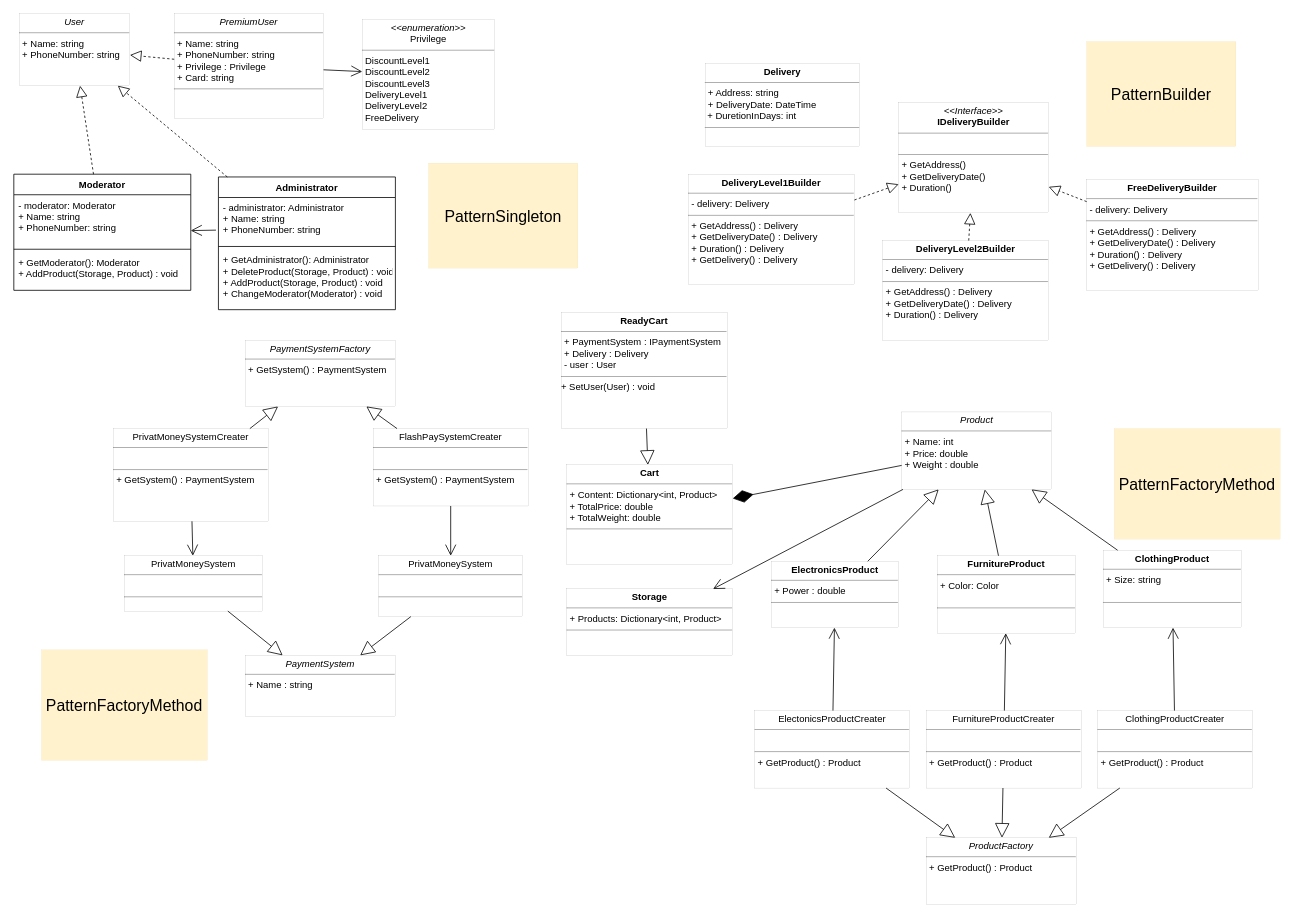
The draw.io diagram Homework_11_Билюк_Костянтин_Андрійович/diag.drawio in kostatuno/.NET_SIGMA_Homework_Kostya_Byliuk, before the edit. Source tidied: cells renumbered, new cells numbered last; positions are measured from the earlier drawing's top-left corner, leaving out a move shared by most shapes. Both pictures are drawn from the tidied source at 79%, with x=0, y=0 at pixel (13, 13).
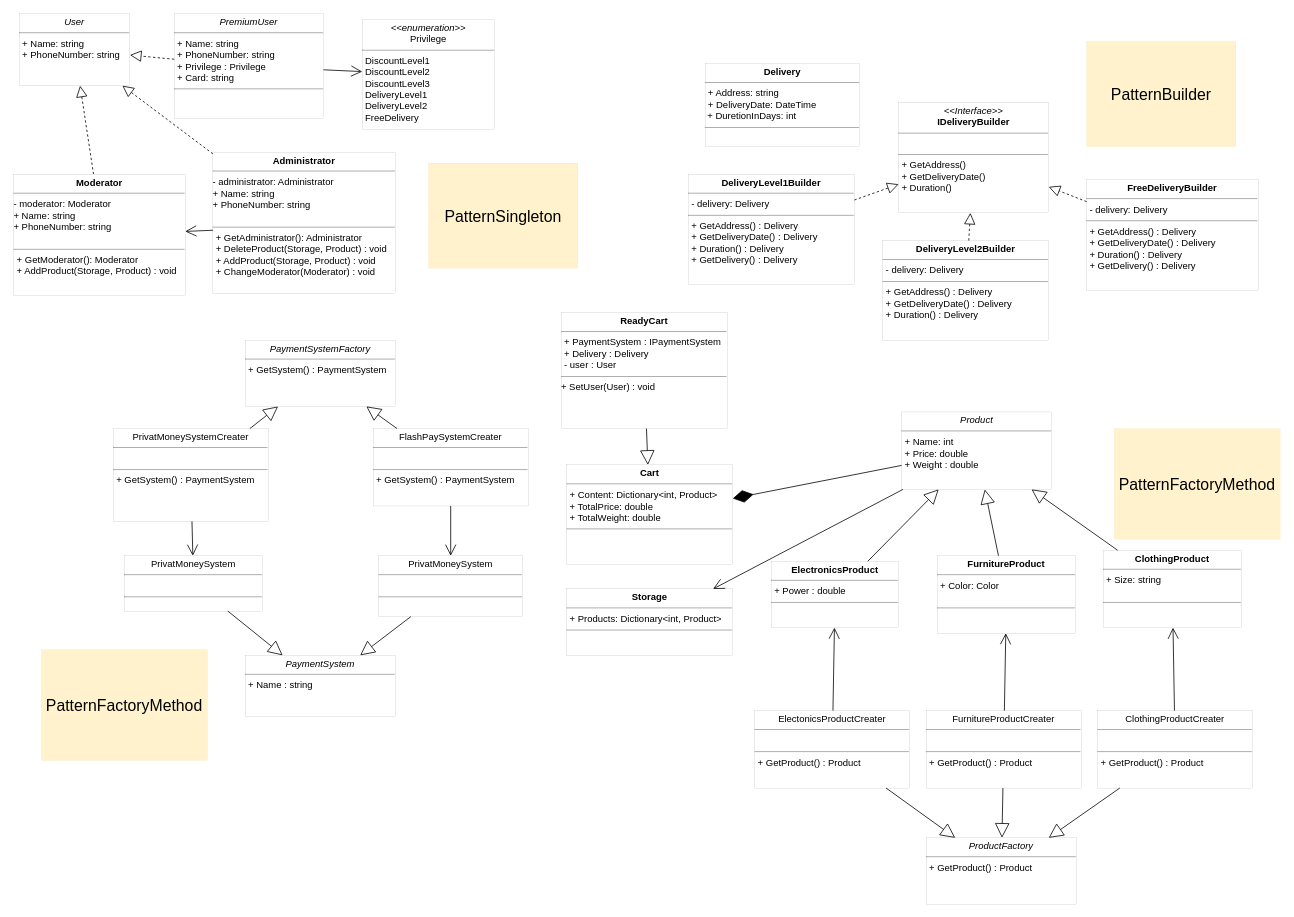
The same diagram, later.

The change refers to these unchanged cells:
```xml
<mxCell id="11" value="&lt;p style=&quot;margin:0px;margin-top:4px;text-align:center;&quot;&gt;&lt;i&gt;User&lt;/i&gt;&lt;br&gt;&lt;/p&gt;&lt;hr size=&quot;1&quot;&gt;&lt;p style=&quot;margin:0px;margin-left:4px;&quot;&gt;+ Name: string&lt;/p&gt;&lt;p style=&quot;margin:0px;margin-left:4px;&quot;&gt;+ PhoneNumber: string&lt;/p&gt;&lt;p style=&quot;margin:0px;margin-left:4px;&quot;&gt;&lt;br&gt;&lt;/p&gt;" style="verticalAlign=top;align=left;overflow=fill;fontSize=12;fontFamily=Helvetica;html=1;strokeWidth=0;" parent="1" vertex="1">
  <mxGeometry x="7" width="140" height="91" as="geometry" />
</mxCell>
```

The edit, as a diff of the source:
```diff
@@
-    <mxCell id="2" value="Administrator" style="swimlane;fontStyle=1;align=center;verticalAlign=top;horizontal=1;startSize=26;" parent="1" vertex="1">
-      <mxGeometry x="259" y="206.5" width="224" height="168" as="geometry" />
-    </mxCell>
-    <mxCell id="3" value="- administrator: Administrator&#10;+ Name: string&#10;+ PhoneNumber: string&#10;" style="text;strokeColor=none;fillColor=none;align=left;verticalAlign=top;spacingLeft=4;spacingRight=4;overflow=hidden;points=[[0,0.5],[1,0.5]];portConstraint=eastwest;" parent="2" vertex="1">
-      <mxGeometry y="26" width="224" height="58" as="geometry" />
-    </mxCell>
-    <mxCell id="4" style="line;strokeWidth=1;fillColor=none;align=left;verticalAlign=middle;spacingTop=-1;spacingLeft=3;spacingRight=3;labelPosition=right;strokeColor=inherit;" parent="2" vertex="1">
-      <mxGeometry y="84" width="224" height="8" as="geometry" />
-    </mxCell>
-    <mxCell id="5" value="+ GetAdministrator(): Administrator&#10;+ DeleteProduct(Storage, Product) : void&#10;+ AddProduct(Storage, Product) : void&#10;+ ChangeModerator(Moderator) : void" style="text;strokeColor=none;fillColor=none;align=left;verticalAlign=top;spacingLeft=4;spacingRight=4;overflow=hidden;" parent="2" vertex="1">
-      <mxGeometry y="92" width="224" height="76" as="geometry" />
-    </mxCell>
-    <mxCell id="6" value="Moderator" style="swimlane;fontStyle=1;align=center;verticalAlign=top;horizontal=1;startSize=26;" parent="1" vertex="1">
-      <mxGeometry y="203" width="224" height="147" as="geometry" />
-    </mxCell>
-    <mxCell id="7" value="- moderator: Moderator&#10;+ Name: string&#10;+ PhoneNumber: string&#10;" style="text;strokeColor=none;fillColor=none;align=left;verticalAlign=top;spacingLeft=4;spacingRight=4;overflow=hidden;" parent="6" vertex="1">
-      <mxGeometry y="26" width="224" height="65" as="geometry" />
-    </mxCell>
-    <mxCell id="8" style="line;strokeWidth=1;fillColor=none;align=left;verticalAlign=middle;spacingTop=-1;spacingLeft=3;spacingRight=3;labelPosition=right;strokeColor=inherit;" parent="6" vertex="1">
-      <mxGeometry y="91" width="224" height="8" as="geometry" />
-    </mxCell>
-    <mxCell id="9" value="+ GetModerator(): Moderator&#10;+ AddProduct(Storage, Product) : void&#10;" style="text;strokeColor=none;fillColor=none;align=left;verticalAlign=top;spacingLeft=4;spacingRight=4;overflow=hidden;" parent="6" vertex="1">
-      <mxGeometry y="99" width="224" height="48" as="geometry" />
-    </mxCell>
-    <mxCell id="10" style="endArrow=open;endFill=1;endSize=12;html=1;rounded=0;exitX=-0.014;exitY=0.712;exitDx=0;exitDy=0;exitPerimeter=0;" parent="1" edge="1" source="3" target="6">
-      <mxGeometry relative="1" as="geometry" />
+    <mxCell id="10" style="endArrow=open;endFill=1;endSize=12;html=1;rounded=0;exitX=-0.014;exitY=0.712;exitDx=0;exitDy=0;exitPerimeter=0;" parent="1" edge="1" target="66">
+      <mxGeometry relative="1" as="geometry">
+        <mxPoint x="255.9" y="273.8" as="sourcePoint" />
+      </mxGeometry>
     </mxCell>
@@
-    <mxCell id="12" style="endArrow=block;dashed=1;endFill=0;endSize=12;html=1;rounded=0;" parent="1" edge="1" source="2" target="11">
+    <mxCell id="12" style="endArrow=block;dashed=1;endFill=0;endSize=12;html=1;rounded=0;" parent="1" edge="1" source="65" target="11">
       <mxGeometry relative="1" as="geometry" />
     </mxCell>
-    <mxCell id="13" style="endArrow=block;dashed=1;endFill=0;endSize=12;html=1;rounded=0;" parent="1" edge="1" source="6" target="11">
-      <mxGeometry relative="1" as="geometry" />
+    <mxCell id="13" style="endArrow=block;dashed=1;endFill=0;endSize=12;html=1;rounded=0;" parent="1" edge="1" target="11">
+      <mxGeometry relative="1" as="geometry">
+        <mxPoint x="100.9" y="203" as="sourcePoint" />
+      </mxGeometry>
     </mxCell>
@@
+    <mxCell id="65" value="&lt;p style=&quot;margin:0px;margin-top:4px;text-align:center;&quot;&gt;&lt;span style=&quot;font-weight: 700;&quot;&gt;Administrator&lt;/span&gt;&lt;br&gt;&lt;/p&gt;&lt;hr size=&quot;1&quot;&gt;&lt;p style=&quot;margin:0px;margin-left:4px;&quot;&gt;&lt;/p&gt;- administrator: Administrator&lt;br style=&quot;border-color: var(--border-color); padding: 0px; margin: 0px;&quot;&gt;+ Name: string&lt;br style=&quot;border-color: var(--border-color); padding: 0px; margin: 0px;&quot;&gt;+ PhoneNumber: string&lt;br&gt;&lt;p style=&quot;margin:0px;margin-left:4px;&quot;&gt;&amp;nbsp;&lt;/p&gt;&lt;hr size=&quot;1&quot;&gt;&lt;p style=&quot;margin:0px;margin-left:4px;&quot;&gt;+ GetAdministrator(): Administrator&lt;br style=&quot;border-color: var(--border-color); padding: 0px; margin: 0px;&quot;&gt;+ DeleteProduct(Storage, Product) : void&lt;br style=&quot;border-color: var(--border-color); padding: 0px; margin: 0px;&quot;&gt;+ AddProduct(Storage, Product) : void&lt;br style=&quot;border-color: var(--border-color); padding: 0px; margin: 0px;&quot;&gt;+ ChangeModerator(Moderator) : void&lt;br&gt;&lt;/p&gt;" style="verticalAlign=top;align=left;overflow=fill;fontSize=12;fontFamily=Helvetica;html=1;strokeWidth=0;" parent="1" vertex="1">
+      <mxGeometry x="252" y="175" width="231" height="178.5" as="geometry" />
+    </mxCell>
+    <mxCell id="66" value="&lt;p style=&quot;margin:0px;margin-top:4px;text-align:center;&quot;&gt;&lt;span style=&quot;font-weight: 700;&quot;&gt;Moderator&lt;/span&gt;&lt;br&gt;&lt;/p&gt;&lt;hr size=&quot;1&quot;&gt;&lt;p style=&quot;margin:0px;margin-left:4px;&quot;&gt;&lt;/p&gt;- moderator: Moderator&lt;br style=&quot;border-color: var(--border-color); padding: 0px; margin: 0px;&quot;&gt;+ Name: string&lt;br style=&quot;border-color: var(--border-color); padding: 0px; margin: 0px;&quot;&gt;+ PhoneNumber: string&lt;div style=&quot;border-color: var(--border-color); padding: 0px; margin: 0px;&quot;&gt;&lt;br style=&quot;border-color: var(--border-color); padding: 0px; margin: 0px;&quot;&gt;&lt;/div&gt;&lt;hr size=&quot;1&quot;&gt;&lt;p style=&quot;margin:0px;margin-left:4px;&quot;&gt;+ GetModerator(): Moderator&lt;br style=&quot;border-color: var(--border-color); padding: 0px; margin: 0px;&quot;&gt;+ AddProduct(Storage, Product) : void&lt;/p&gt;" style="verticalAlign=top;align=left;overflow=fill;fontSize=12;fontFamily=Helvetica;html=1;strokeWidth=0;" parent="1" vertex="1">
+      <mxGeometry y="203" width="217" height="154" as="geometry" />
+    </mxCell>
```
